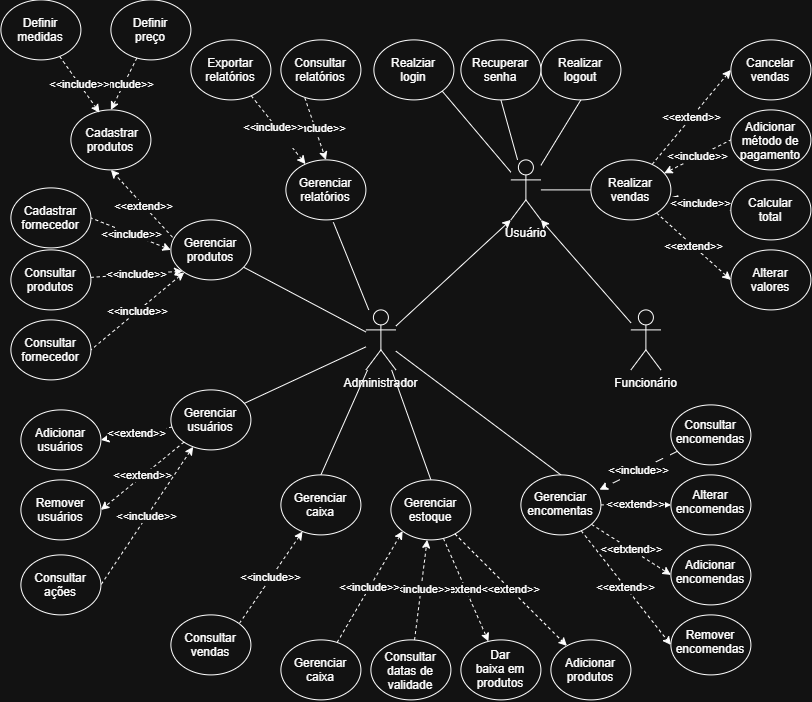
igoruiehara/SCCP keeps this draw.io diagram as SCCP DOCUMENTAÇÃO ES2N/Diagrama casos de uso SCCP.drawio.png. Above is the earlier version. Source tidied: cells renumbered, new cells last; positions are measured from the earlier drawing's top-left corner, leaving out a move shared by most shapes.
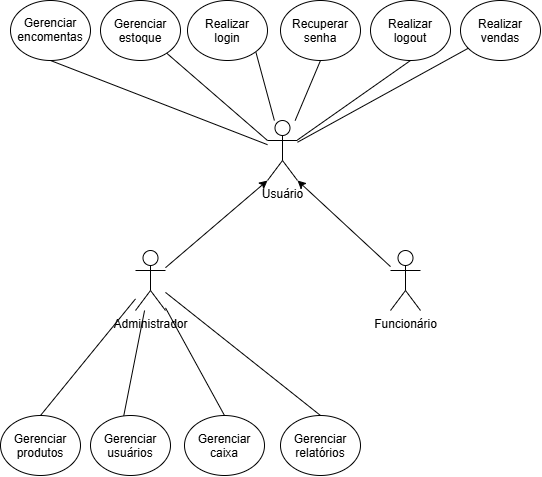
After the commit.

Diff of the diagram source:
```diff
@@ -2,26 +2,20 @@
   <root>
     <mxCell id="0" />
     <mxCell id="1" parent="0" />
-    <mxCell id="2" style="rounded=0;jettySize=auto;html=1;endArrow=none;endFill=0;" parent="1" edge="1" source="7" target="23">
+    <mxCell id="2" style="rounded=0;jettySize=auto;html=1;endArrow=none;endFill=0;entryX=0.5;entryY=0;entryDx=0;entryDy=0;" parent="1" edge="1" source="7" target="23">
       <mxGeometry relative="1" as="geometry" />
     </mxCell>
-    <mxCell id="3" style="rounded=0;jettySize=auto;html=1;entryX=0.117;entryY=0.754;entryDx=0;entryDy=0;endArrow=none;endFill=0;entryPerimeter=0;" parent="1" edge="1" source="7" target="27">
+    <mxCell id="3" style="rounded=0;jettySize=auto;html=1;entryX=0.585;entryY=0.991;entryDx=0;entryDy=0;endArrow=none;endFill=0;entryPerimeter=0;" parent="1" edge="1" source="7" target="27">
       <mxGeometry relative="1" as="geometry" />
     </mxCell>
     <mxCell id="4" style="rounded=0;jettySize=auto;html=1;entryX=0.5;entryY=0;entryDx=0;entryDy=0;endArrow=none;endFill=0;" parent="1" edge="1" source="7" target="29">
       <mxGeometry relative="1" as="geometry" />
     </mxCell>
-    <mxCell id="5" style="rounded=0;jettySize=auto;html=1;entryX=0.5;entryY=0;entryDx=0;entryDy=0;endArrow=none;endFill=0;" parent="1" edge="1" source="7" target="33">
-      <mxGeometry relative="1" as="geometry" />
-    </mxCell>
-    <mxCell id="6" style="rounded=0;jettySize=auto;html=1;entryX=0.5;entryY=0;entryDx=0;entryDy=0;endArrow=none;endFill=0;" parent="1" edge="1" source="7" target="62">
-      <mxGeometry relative="1" as="geometry" />
-    </mxCell>
     <mxCell id="7" value="Administrador" style="shape=umlActor;verticalLabelPosition=bottom;verticalAlign=top;html=1;outlineConnect=0;" parent="1" vertex="1">
-      <mxGeometry x="365" y="310" width="30" height="60" as="geometry" />
+      <mxGeometry x="285" y="290" width="30" height="60" as="geometry" />
     </mxCell>
     <mxCell id="8" value="Funcionário&lt;div&gt;&lt;br&gt;&lt;/div&gt;" style="shape=umlActor;verticalLabelPosition=bottom;verticalAlign=top;html=1;outlineConnect=0;" parent="1" vertex="1">
-      <mxGeometry x="630" y="310" width="30" height="60" as="geometry" />
+      <mxGeometry x="540" y="290" width="30" height="60" as="geometry" />
     </mxCell>
     <mxCell id="9" style="rounded=0;jettySize=auto;html=1;entryX=0.5;entryY=1;entryDx=0;entryDy=0;endArrow=none;endFill=0;" parent="1" edge="1" source="13" target="18">
       <mxGeometry relative="1" as="geometry" />
@@ -35,8 +29,11 @@
     <mxCell id="12" style="rounded=0;jettySize=auto;html=1;endArrow=none;endFill=0;" parent="1" edge="1" source="13" target="38">
       <mxGeometry relative="1" as="geometry" />
     </mxCell>
+    <mxCell id="75" style="rounded=0;jettySize=auto;html=1;entryX=0.5;entryY=1;entryDx=0;entryDy=0;endArrow=none;endFill=0;" parent="1" edge="1" source="13" target="33">
+      <mxGeometry relative="1" as="geometry" />
+    </mxCell>
     <mxCell id="13" value="Usuário" style="shape=umlActor;verticalLabelPosition=bottom;verticalAlign=top;html=1;outlineConnect=0;" parent="1" vertex="1">
-      <mxGeometry x="510" y="160" width="30" height="60" as="geometry" />
+      <mxGeometry x="417" y="160" width="30" height="60" as="geometry" />
     </mxCell>
     <mxCell id="14" style="rounded=0;jettySize=auto;html=1;entryX=0;entryY=1;entryDx=0;entryDy=0;entryPerimeter=0;" parent="1" edge="1" source="7" target="13">
       <mxGeometry relative="1" as="geometry" />
@@ -44,184 +41,41 @@
     <mxCell id="15" style="rounded=0;jettySize=auto;html=1;entryX=1;entryY=1;entryDx=0;entryDy=0;entryPerimeter=0;" parent="1" edge="1" source="8" target="13">
       <mxGeometry relative="1" as="geometry" />
     </mxCell>
-    <mxCell id="16" value="Realziar login" style="ellipse;whiteSpace=wrap;html=1;shapeInside=1;" parent="1" vertex="1">
-      <mxGeometry x="373" y="40" width="80" height="60" as="geometry" />
+    <mxCell id="16" value="Realizar login" style="ellipse;whiteSpace=wrap;html=1;shapeInside=1;" parent="1" vertex="1">
+      <mxGeometry x="337" y="40" width="80" height="60" as="geometry" />
     </mxCell>
     <mxCell id="17" value="&lt;div&gt;Realizar logout&lt;/div&gt;" style="ellipse;whiteSpace=wrap;html=1;shapeInside=1;" parent="1" vertex="1">
-      <mxGeometry x="540" y="40" width="80" height="60" as="geometry" />
+      <mxGeometry x="520" y="40" width="80" height="60" as="geometry" />
     </mxCell>
     <mxCell id="18" value="Recuperar senha" style="ellipse;whiteSpace=wrap;html=1;shapeInside=1;" parent="1" vertex="1">
-      <mxGeometry x="460" y="40" width="80" height="60" as="geometry" />
+      <mxGeometry x="430" y="40" width="80" height="60" as="geometry" />
     </mxCell>
     <mxCell id="19" value="Gerenciar relatórios" style="ellipse;whiteSpace=wrap;html=1;shapeInside=1;" parent="1" vertex="1">
-      <mxGeometry x="285" y="160" width="80" height="60" as="geometry" />
+      <mxGeometry x="430" y="455" width="80" height="60" as="geometry" />
     </mxCell>
-    <mxCell id="20" value="&amp;lt;&amp;lt;extend&amp;gt;&amp;gt;" style="rounded=0;jettySize=auto;html=1;entryX=0.5;entryY=1;entryDx=0;entryDy=0;startArrow=none;startFill=0;endArrow=classic;endFill=1;dashed=1;exitX=0.071;exitY=0.363;exitDx=0;exitDy=0;exitPerimeter=0;" parent="1" edge="1" source="23" target="43">
-      <mxGeometry relative="1" as="geometry" />
-    </mxCell>
-    <mxCell id="21" value="&amp;lt;&amp;lt;include&amp;gt;&amp;gt;" style="rounded=0;jettySize=auto;html=1;entryX=1;entryY=0.5;entryDx=0;entryDy=0;startArrow=classic;startFill=1;endArrow=none;endFill=0;dashed=1;exitX=0;exitY=0.5;exitDx=0;exitDy=0;" parent="1" edge="1" source="23" target="46">
-      <mxGeometry relative="1" as="geometry" />
-    </mxCell>
-    <mxCell id="22" value="&amp;lt;&amp;lt;include&amp;gt;&amp;gt;" style="rounded=0;jettySize=auto;html=1;entryX=1;entryY=0.5;entryDx=0;entryDy=0;startArrow=classic;startFill=1;endArrow=none;endFill=0;dashed=1;" parent="1" edge="1" source="23" target="47">
-      <mxGeometry relative="1" as="geometry" />
-    </mxCell>
     <mxCell id="23" value="Gerenciar produtos" style="ellipse;whiteSpace=wrap;html=1;shapeInside=1;" parent="1" vertex="1">
-      <mxGeometry x="170" y="220" width="80" height="60" as="geometry" />
+      <mxGeometry x="150" y="455" width="80" height="60" as="geometry" />
     </mxCell>
-    <mxCell id="24" value="&amp;lt;&amp;lt;extend&amp;gt;&amp;gt;" style="rounded=0;jettySize=auto;html=1;entryX=0;entryY=0.5;entryDx=0;entryDy=0;dashed=1;" parent="1" edge="1" source="27" target="72">
-      <mxGeometry relative="1" as="geometry" />
-    </mxCell>
-    <mxCell id="25" value="&amp;lt;&amp;lt;extend&amp;gt;&amp;gt;" style="rounded=0;jettySize=auto;html=1;entryX=0;entryY=0.5;entryDx=0;entryDy=0;dashed=1;" parent="1" edge="1" source="27" target="73">
-      <mxGeometry relative="1" as="geometry" />
-    </mxCell>
-    <mxCell id="26" value="&amp;lt;&amp;lt;include&amp;gt;&amp;gt;" style="rounded=0;jettySize=auto;html=1;entryX=0;entryY=0.5;entryDx=0;entryDy=0;dashed=1;startArrow=classic;startFill=1;endArrow=none;endFill=0;" parent="1" edge="1" source="27" target="74">
-      <mxGeometry relative="1" as="geometry" />
-    </mxCell>
     <mxCell id="27" value="Gerenciar usuários" style="ellipse;whiteSpace=wrap;html=1;shapeInside=1;direction=west;" parent="1" vertex="1">
-      <mxGeometry x="170" y="390" width="80" height="60" as="geometry" />
+      <mxGeometry x="240" y="455" width="80" height="60" as="geometry" />
     </mxCell>
-    <mxCell id="28" value="&amp;lt;&amp;lt;include&amp;gt;&amp;gt;" style="rounded=0;jettySize=auto;html=1;entryX=1;entryY=0;entryDx=0;entryDy=0;startArrow=classic;startFill=1;endArrow=none;endFill=0;dashed=1;" parent="1" edge="1" source="29" target="55">
-      <mxGeometry relative="1" as="geometry" />
-    </mxCell>
     <mxCell id="29" value="Gerenciar caixa" style="ellipse;whiteSpace=wrap;html=1;shapeInside=1;" parent="1" vertex="1">
-      <mxGeometry x="280" y="475" width="80" height="60" as="geometry" />
+      <mxGeometry x="334" y="455" width="80" height="60" as="geometry" />
     </mxCell>
-    <mxCell id="30" value="&amp;lt;&amp;lt;extend&amp;gt;&amp;gt;" style="rounded=0;jettySize=auto;html=1;entryX=0;entryY=0.5;entryDx=0;entryDy=0;dashed=1;" parent="1" edge="1" source="33" target="50">
-      <mxGeometry relative="1" as="geometry" />
-    </mxCell>
-    <mxCell id="31" value="&amp;lt;&amp;lt;etxtend&amp;gt;&amp;gt;" style="rounded=0;jettySize=auto;html=1;entryX=0;entryY=0.5;entryDx=0;entryDy=0;dashed=1;" parent="1" edge="1" source="33" target="51">
-      <mxGeometry relative="1" as="geometry" />
-    </mxCell>
-    <mxCell id="32" value="&amp;lt;&amp;lt;extend&amp;gt;&amp;gt;" style="rounded=0;jettySize=auto;html=1;entryX=0;entryY=0.5;entryDx=0;entryDy=0;dashed=1;" parent="1" edge="1" source="33" target="52">
-      <mxGeometry relative="1" as="geometry" />
-    </mxCell>
+    <mxCell id="38" value="&lt;div&gt;Realizar vendas&lt;/div&gt;" style="ellipse;whiteSpace=wrap;html=1;shapeInside=1;" parent="1" vertex="1">
+      <mxGeometry x="610" y="40" width="80" height="60" as="geometry" />
+    </mxCell>
+    <mxCell id="48" style="rounded=0;jettySize=auto;html=1;entryX=0.5;entryY=0;entryDx=0;entryDy=0;endArrow=none;endFill=0;" parent="1" edge="1" source="7" target="19">
+      <mxGeometry relative="1" as="geometry" />
+    </mxCell>
+    <mxCell id="62" value="Gerenciar estoque" style="ellipse;whiteSpace=wrap;html=1;shapeInside=1;" parent="1" vertex="1">
+      <mxGeometry x="250" y="40" width="80" height="60" as="geometry" />
+    </mxCell>
+    <mxCell id="76" style="rounded=0;jettySize=auto;html=1;entryX=0;entryY=0.3333333333333333;entryDx=0;entryDy=0;entryPerimeter=0;endArrow=none;endFill=0;" parent="1" edge="1" source="62" target="13">
+      <mxGeometry relative="1" as="geometry" />
+    </mxCell>
     <mxCell id="33" value="Gerenciar encomentas" style="ellipse;whiteSpace=wrap;html=1;shapeInside=1;" parent="1" vertex="1">
-      <mxGeometry x="520" y="475" width="80" height="60" as="geometry" />
+      <mxGeometry x="160" y="40" width="80" height="60" as="geometry" />
     </mxCell>
-    <mxCell id="34" value="&amp;lt;&amp;lt;extend&amp;gt;&amp;gt;" style="rounded=0;jettySize=auto;html=1;entryX=0;entryY=0.5;entryDx=0;entryDy=0;dashed=1;" parent="1" edge="1" source="38" target="56">
-      <mxGeometry relative="1" as="geometry" />
-    </mxCell>
-    <mxCell id="35" value="&amp;lt;&amp;lt;include&amp;gt;&amp;gt;" style="rounded=0;jettySize=auto;html=1;entryX=0;entryY=0.5;entryDx=0;entryDy=0;dashed=1;startArrow=classic;startFill=1;endArrow=none;endFill=0;" parent="1" edge="1" source="38" target="57">
-      <mxGeometry relative="1" as="geometry" />
-    </mxCell>
-    <mxCell id="36" value="&amp;lt;&amp;lt;include&amp;gt;&amp;gt;" style="rounded=0;jettySize=auto;html=1;entryX=0;entryY=0.5;entryDx=0;entryDy=0;dashed=1;startArrow=classic;startFill=1;endArrow=none;endFill=0;" parent="1" edge="1" source="38" target="58">
-      <mxGeometry relative="1" as="geometry" />
-    </mxCell>
-    <mxCell id="37" value="&amp;lt;&amp;lt;extend&amp;gt;&amp;gt;" style="rounded=0;jettySize=auto;html=1;entryX=0;entryY=0.5;entryDx=0;entryDy=0;dashed=1;" parent="1" edge="1" source="38" target="59">
-      <mxGeometry relative="1" as="geometry" />
-    </mxCell>
-    <mxCell id="38" value="&lt;div&gt;Realizar vendas&lt;/div&gt;" style="ellipse;whiteSpace=wrap;html=1;shapeInside=1;" parent="1" vertex="1">
-      <mxGeometry x="590" y="160" width="80" height="60" as="geometry" />
-    </mxCell>
-    <mxCell id="39" value="&amp;lt;&amp;lt;include&amp;gt;&amp;gt;" style="rounded=0;jettySize=auto;html=1;entryX=0.5;entryY=0;entryDx=0;entryDy=0;dashed=1;" parent="1" edge="1" target="19">
-      <mxGeometry relative="1" as="geometry">
-        <mxPoint x="303.9" y="97.8" as="sourcePoint" />
-      </mxGeometry>
-    </mxCell>
-    <mxCell id="40" value="Consultar relatórios" style="ellipse;whiteSpace=wrap;html=1;shapeInside=1;" parent="1" vertex="1">
-      <mxGeometry x="280" y="40" width="80" height="60" as="geometry" />
-    </mxCell>
-    <mxCell id="41" value="&amp;lt;&amp;lt;include&amp;gt;&amp;gt;&lt;div&gt;&lt;br&gt;&lt;/div&gt;" style="rounded=0;jettySize=auto;html=1;dashed=1;" parent="1" edge="1" source="42" target="19">
-      <mxGeometry x="0.02" y="-7" relative="1" as="geometry" />
-    </mxCell>
-    <mxCell id="42" value="Exportar relatórios&lt;div&gt;&lt;br/&gt;&lt;/div&gt;" style="ellipse;whiteSpace=wrap;html=1;shapeInside=1;" parent="1" vertex="1">
-      <mxGeometry x="190" y="40" width="80" height="60" as="geometry" />
-    </mxCell>
-    <mxCell id="43" value="&amp;nbsp;Cadastrar produtos" style="ellipse;whiteSpace=wrap;html=1;shapeInside=1;" parent="1" vertex="1">
-      <mxGeometry x="70" y="110" width="80" height="60" as="geometry" />
-    </mxCell>
-    <mxCell id="44" value="&amp;lt;&amp;lt;include&amp;gt;&amp;gt;" style="rounded=0;jettySize=auto;html=1;entryX=0.5;entryY=0;entryDx=0;entryDy=0;dashed=1;" parent="1" edge="1" source="45" target="43">
-      <mxGeometry relative="1" as="geometry" />
-    </mxCell>
-    <mxCell id="45" value="Definir preço&lt;div&gt;&lt;br/&gt;&lt;/div&gt;" style="ellipse;whiteSpace=wrap;html=1;shapeInside=1;" parent="1" vertex="1">
-      <mxGeometry x="110" width="80" height="60" as="geometry" />
-    </mxCell>
-    <mxCell id="46" value="&lt;div&gt;Cadastrar fornecedor&lt;/div&gt;&lt;div&gt;&lt;br&gt;&lt;/div&gt;" style="ellipse;whiteSpace=wrap;html=1;shapeInside=1;" parent="1" vertex="1">
-      <mxGeometry x="10" y="188" width="80" height="60" as="geometry" />
-    </mxCell>
-    <mxCell id="47" value="&lt;div&gt;Consultar fornecedor&lt;/div&gt;" style="ellipse;whiteSpace=wrap;html=1;shapeInside=1;" parent="1" vertex="1">
-      <mxGeometry x="10" y="320" width="80" height="60" as="geometry" />
-    </mxCell>
-    <mxCell id="48" style="rounded=0;jettySize=auto;html=1;entryX=0.593;entryY=1.039;entryDx=0;entryDy=0;entryPerimeter=0;endArrow=none;endFill=0;" parent="1" edge="1" source="7" target="19">
-      <mxGeometry relative="1" as="geometry" />
-    </mxCell>
-    <mxCell id="49" value="Consultar encomendas" style="ellipse;whiteSpace=wrap;html=1;shapeInside=1;" parent="1" vertex="1">
-      <mxGeometry x="670" y="405" width="80" height="60" as="geometry" />
-    </mxCell>
-    <mxCell id="50" value="Alterar encomendas" style="ellipse;whiteSpace=wrap;html=1;shapeInside=1;" parent="1" vertex="1">
-      <mxGeometry x="670" y="475" width="80" height="60" as="geometry" />
-    </mxCell>
-    <mxCell id="51" value="Adicionar encomendas" style="ellipse;whiteSpace=wrap;html=1;shapeInside=1;" parent="1" vertex="1">
-      <mxGeometry x="670" y="545" width="80" height="60" as="geometry" />
-    </mxCell>
-    <mxCell id="52" value="Remover encomendas" style="ellipse;whiteSpace=wrap;html=1;shapeInside=1;" parent="1" vertex="1">
-      <mxGeometry x="670" y="615" width="80" height="60" as="geometry" />
-    </mxCell>
-    <mxCell id="53" value="&amp;lt;&amp;lt;include&amp;gt;&amp;gt;" style="rounded=0;jettySize=auto;html=1;entryX=0;entryY=1;entryDx=0;entryDy=0;dashed=1;" parent="1" edge="1" source="54" target="23">
-      <mxGeometry relative="1" as="geometry" />
-    </mxCell>
-    <mxCell id="54" value="&lt;div&gt;Consultar produtos&lt;/div&gt;&lt;div&gt;&lt;br&gt;&lt;/div&gt;" style="ellipse;whiteSpace=wrap;html=1;shapeInside=1;" parent="1" vertex="1">
-      <mxGeometry x="10" y="250" width="80" height="60" as="geometry" />
-    </mxCell>
-    <mxCell id="55" value="Consultar vendas" style="ellipse;whiteSpace=wrap;html=1;shapeInside=1;" parent="1" vertex="1">
-      <mxGeometry x="170" y="615" width="80" height="60" as="geometry" />
-    </mxCell>
-    <mxCell id="56" value="Cancelar vendas" style="ellipse;whiteSpace=wrap;html=1;shapeInside=1;" parent="1" vertex="1">
-      <mxGeometry x="730" y="40" width="80" height="60" as="geometry" />
-    </mxCell>
-    <mxCell id="57" value="Adicionar método de pagamento" style="ellipse;whiteSpace=wrap;html=1;shapeInside=1;" parent="1" vertex="1">
-      <mxGeometry x="730" y="110" width="80" height="60" as="geometry" />
-    </mxCell>
-    <mxCell id="58" value="Calcular total" style="ellipse;whiteSpace=wrap;html=1;shapeInside=1;" parent="1" vertex="1">
-      <mxGeometry x="730" y="180" width="80" height="60" as="geometry" />
-    </mxCell>
-    <mxCell id="59" value="Alterar valores" style="ellipse;whiteSpace=wrap;html=1;shapeInside=1;" parent="1" vertex="1">
-      <mxGeometry x="730" y="250" width="80" height="60" as="geometry" />
-    </mxCell>
-    <mxCell id="60" value="&amp;lt;&amp;lt;extend&amp;gt;&amp;gt;" style="rounded=0;jettySize=auto;html=1;dashed=1;" parent="1" edge="1" source="62" target="64">
-      <mxGeometry relative="1" as="geometry" />
-    </mxCell>
-    <mxCell id="61" value="&amp;lt;&amp;lt;extend&amp;gt;&amp;gt;" style="rounded=0;jettySize=auto;html=1;dashed=1;" parent="1" edge="1" source="62" target="63">
-      <mxGeometry relative="1" as="geometry" />
-    </mxCell>
-    <mxCell id="62" value="Gerenciar estoque" style="ellipse;whiteSpace=wrap;html=1;shapeInside=1;" parent="1" vertex="1">
-      <mxGeometry x="390" y="480" width="80" height="60" as="geometry" />
-    </mxCell>
-    <mxCell id="63" value="Adicionar produtos" style="ellipse;whiteSpace=wrap;html=1;shapeInside=1;" parent="1" vertex="1">
-      <mxGeometry x="550" y="640" width="80" height="60" as="geometry" />
-    </mxCell>
-    <mxCell id="64" value="Dar baixa em produtos" style="ellipse;whiteSpace=wrap;html=1;shapeInside=1;" parent="1" vertex="1">
-      <mxGeometry x="460" y="640" width="80" height="60" as="geometry" />
-    </mxCell>
-    <mxCell id="65" value="&amp;lt;&amp;lt;include&amp;gt;&amp;gt;" style="rounded=0;jettySize=auto;html=1;dashed=1;" parent="1" edge="1" source="66" target="62">
-      <mxGeometry relative="1" as="geometry" />
-    </mxCell>
-    <mxCell id="66" value="Consultar datas de validade" style="ellipse;whiteSpace=wrap;html=1;shapeInside=1;" parent="1" vertex="1">
-      <mxGeometry x="370" y="640" width="80" height="60" as="geometry" />
-    </mxCell>
-    <mxCell id="67" value="&amp;lt;&amp;lt;include&amp;gt;&amp;gt;" style="rounded=0;jettySize=auto;html=1;entryX=0;entryY=1;entryDx=0;entryDy=0;dashed=1;" parent="1" edge="1" source="68" target="62">
-      <mxGeometry relative="1" as="geometry" />
-    </mxCell>
-    <mxCell id="68" value="Gerenciar caixa" style="ellipse;whiteSpace=wrap;html=1;shapeInside=1;" parent="1" vertex="1">
-      <mxGeometry x="280" y="640" width="80" height="60" as="geometry" />
-    </mxCell>
-    <mxCell id="69" value="&lt;div&gt;Definir medidas&lt;/div&gt;" style="ellipse;whiteSpace=wrap;html=1;shapeInside=1;" parent="1" vertex="1">
-      <mxGeometry width="80" height="60" as="geometry" />
-    </mxCell>
-    <mxCell id="70" value="&amp;lt;&amp;lt;include&amp;gt;&amp;gt;" style="rounded=0;jettySize=auto;html=1;entryX=0.358;entryY=0.046;entryDx=0;entryDy=0;entryPerimeter=0;dashed=1;" parent="1" edge="1" source="69" target="43">
-      <mxGeometry relative="1" as="geometry" />
-    </mxCell>
-    <mxCell id="71" value="&amp;lt;&amp;lt;include&amp;gt;&amp;gt;" style="rounded=0;jettySize=auto;html=1;entryX=0.983;entryY=0.246;entryDx=0;entryDy=0;entryPerimeter=0;dashed=1;dashPattern=8 8;" parent="1" edge="1" source="49" target="33">
-      <mxGeometry relative="1" as="geometry" />
-    </mxCell>
-    <mxCell id="72" value="Adicionar usuários" style="ellipse;whiteSpace=wrap;html=1;shapeInside=1;direction=west;" parent="1" vertex="1">
-      <mxGeometry x="20" y="410" width="80" height="60" as="geometry" />
-    </mxCell>
-    <mxCell id="73" value="Remover usuários" style="ellipse;whiteSpace=wrap;html=1;shapeInside=1;direction=west;" parent="1" vertex="1">
-      <mxGeometry x="20" y="480" width="80" height="60" as="geometry" />
-    </mxCell>
-    <mxCell id="74" value="Consultar ações&lt;div&gt;&lt;br/&gt;&lt;/div&gt;" style="ellipse;whiteSpace=wrap;html=1;shapeInside=1;direction=west;" parent="1" vertex="1">
-      <mxGeometry x="20" y="555" width="80" height="60" as="geometry" />
-    </mxCell>
   </root>
 </mxGraphModel>
```
